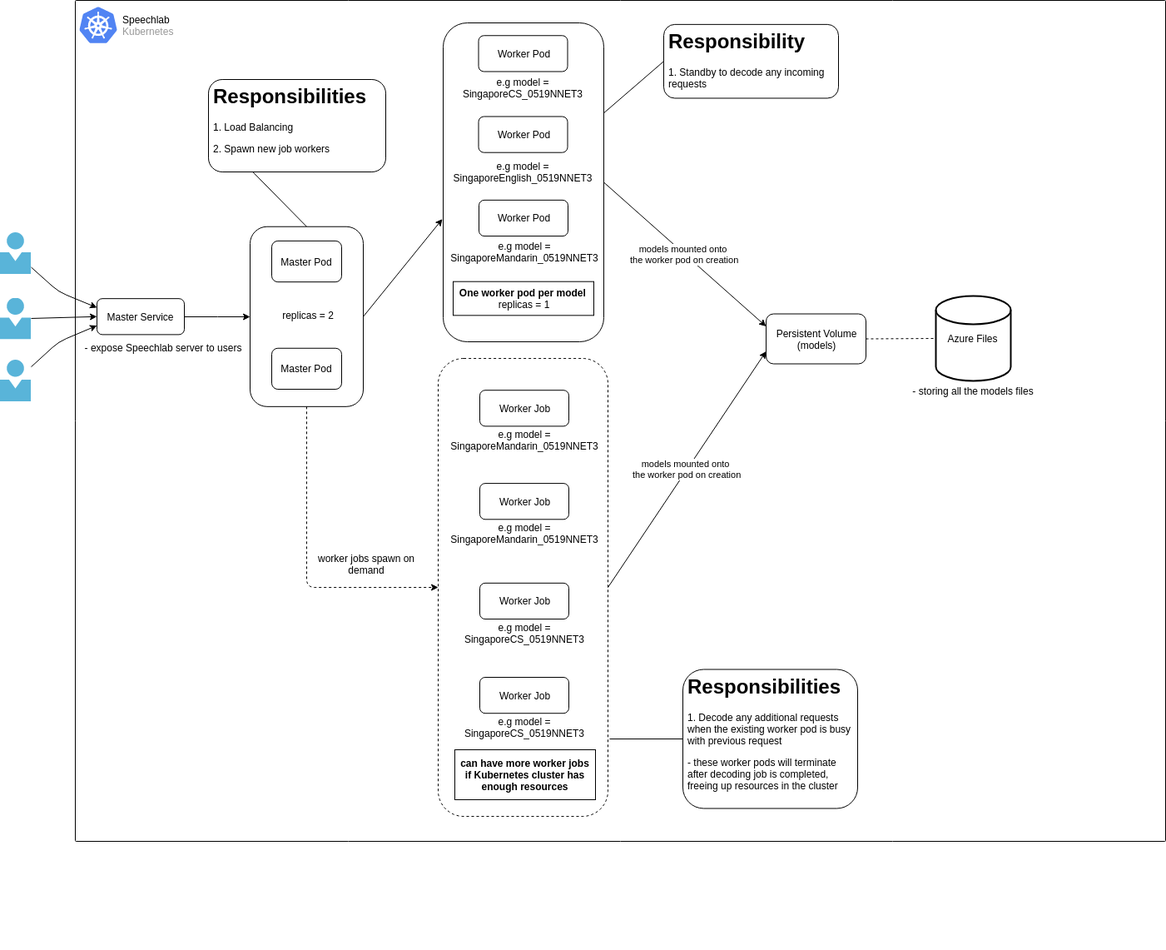
This is architecture_diagram.png from cogitoergosumsw/speechlab-aims-kaldi-aks, a draw.io export, as it was before one commit. Source tidied: cells renumbered, new cells last; positions are measured from the earlier drawing's top-left corner, leaving out a move shared by most shapes.
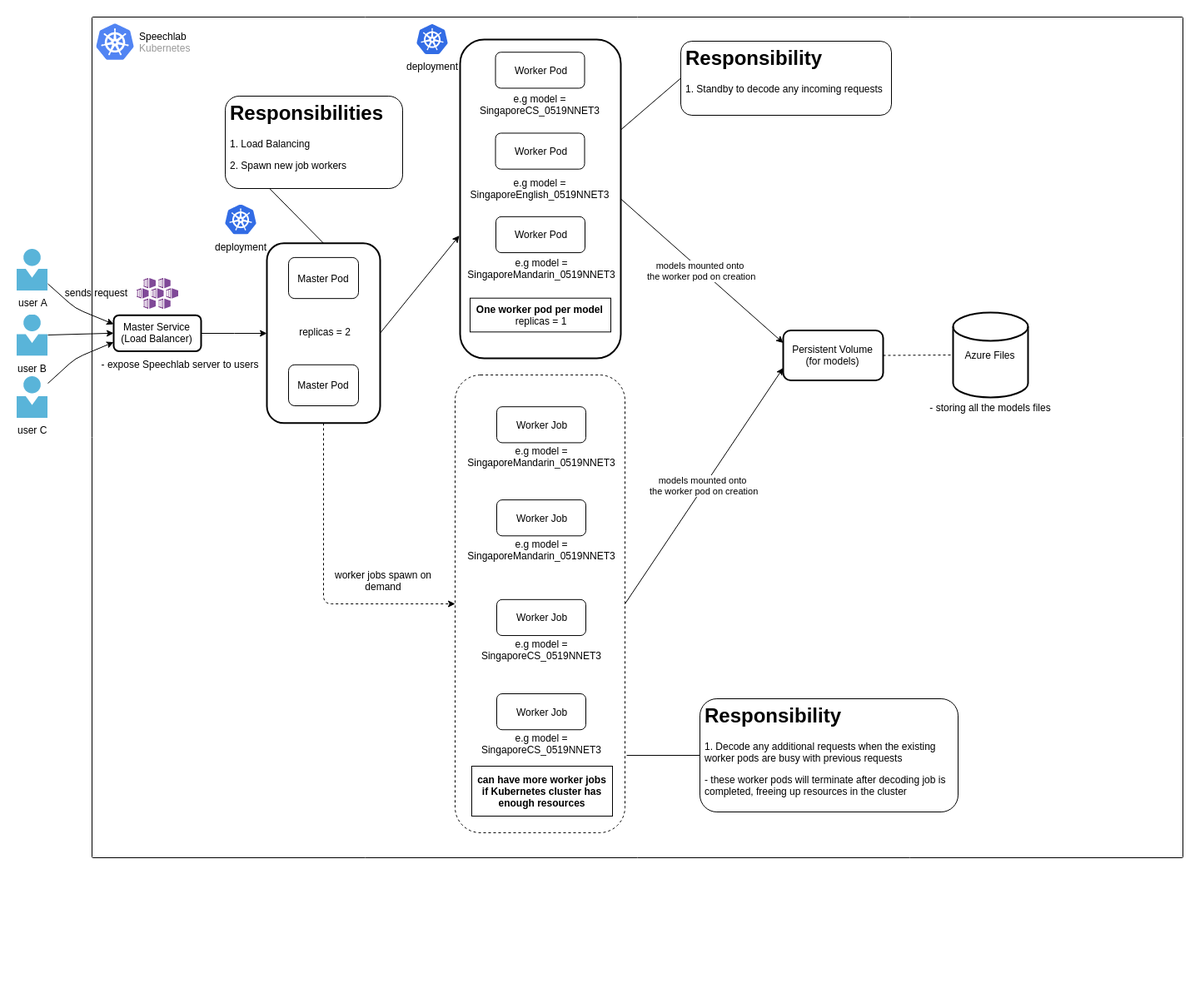
The same file after the commit.

Commit message:
architecture diagram v2

What changed in the source:
```diff
@@ -2,13 +2,13 @@
   <root>
     <mxCell id="0" />
     <mxCell id="1" parent="0" />
-    <mxCell id="2" style="html=1;points=[];align=center;image;fontSize=12;image=img/lib/mscae/Person.svg;" parent="1" vertex="1">
+    <mxCell id="2" value="user A" style="html=1;points=[];align=center;image;fontSize=12;image=img/lib/mscae/Person.svg;" parent="1" vertex="1">
       <mxGeometry y="279" width="37" height="50" as="geometry" />
     </mxCell>
-    <mxCell id="3" style="html=1;points=[];align=center;image;fontSize=12;image=img/lib/mscae/Person.svg;" parent="1" vertex="1">
+    <mxCell id="3" value="user B" style="html=1;points=[];align=center;image;fontSize=12;image=img/lib/mscae/Person.svg;" parent="1" vertex="1">
       <mxGeometry y="357.5" width="37" height="50" as="geometry" />
     </mxCell>
-    <mxCell id="4" style="html=1;points=[];align=center;image;fontSize=12;image=img/lib/mscae/Person.svg;" parent="1" vertex="1">
+    <mxCell id="4" value="user C" style="html=1;points=[];align=center;image;fontSize=12;image=img/lib/mscae/Person.svg;" parent="1" vertex="1">
       <mxGeometry y="432" width="37" height="50" as="geometry" />
     </mxCell>
     <mxCell id="5" style="endArrow=classic;html=1;entryX=0;entryY=0.25;entryDx=0;entryDy=0;" parent="1" edge="1" source="2" target="13">
@@ -45,7 +45,7 @@
     <mxCell id="12" style="edgeStyle=orthogonalEdgeStyle;rounded=0;jettySize=auto;html=1;endArrow=classic;endFill=1;entryX=0;entryY=0.5;entryDx=0;entryDy=0;" parent="10" edge="1" source="13" target="42">
       <mxGeometry relative="1" as="geometry" />
     </mxCell>
-    <mxCell id="13" value="Master Service" style="rounded=1;whiteSpace=wrap;html=1;" parent="10" vertex="1">
+    <mxCell id="13" value="Master Service&lt;br&gt;(Load Balancer)" style="rounded=1;whiteSpace=wrap;html=1;strokeWidth=2;" parent="10" vertex="1">
       <mxGeometry x="26" y="358.2" width="105" height="43.2" as="geometry" />
     </mxCell>
     <mxCell id="14" value="- expose Speechlab server to users" style="text;html=1;strokeColor=none;fillColor=none;align=center;verticalAlign=middle;whiteSpace=wrap;rounded=0;" parent="10" vertex="1">
@@ -54,7 +54,7 @@
     <mxCell id="15" value="&lt;h1&gt;Responsibilities&lt;/h1&gt;&lt;p&gt;1. Load Balancing&lt;/p&gt;&lt;p&gt;2. Spawn new job workers&lt;/p&gt;" style="text;html=1;strokeColor=#000000;fillColor=none;spacing=5;spacingTop=-20;whiteSpace=wrap;overflow=hidden;rounded=1;" parent="10" vertex="1">
       <mxGeometry x="160" y="95" width="213" height="111" as="geometry" />
     </mxCell>
-    <mxCell id="16" style="rounded=1;whiteSpace=wrap;html=1;" parent="10" vertex="1">
+    <mxCell id="16" style="rounded=1;whiteSpace=wrap;html=1;strokeWidth=2;" parent="10" vertex="1">
       <mxGeometry x="442" y="27" width="193" height="383" as="geometry" />
     </mxCell>
     <mxCell id="17" value="&lt;b&gt;One worker pod per model&lt;/b&gt;&amp;nbsp;&lt;br&gt;replicas = 1" style="text;html=1;strokeColor=#000000;fillColor=none;align=center;verticalAlign=middle;whiteSpace=wrap;rounded=0;shadow=0;glass=0;comic=0;" parent="10" vertex="1">
@@ -67,7 +67,7 @@
       <mxGeometry x="436" y="430" width="204" height="550" as="geometry" />
     </mxCell>
     <mxCell id="20" value="&lt;p style=&quot;line-height: 100%&quot;&gt;&lt;/p&gt;&lt;h1&gt;Responsibility&lt;/h1&gt;&lt;p&gt;1. Standby to decode any incoming requests&lt;/p&gt;&lt;p&gt;&lt;/p&gt;" style="text;html=1;strokeColor=#000000;fillColor=none;spacing=5;spacingTop=-20;whiteSpace=wrap;overflow=hidden;rounded=1;" parent="10" vertex="1">
-      <mxGeometry x="707" y="28.9" width="210" height="88.6" as="geometry" />
+      <mxGeometry x="707" y="29" width="253" height="89" as="geometry" />
     </mxCell>
     <mxCell id="21" value="Worker Pod" style="rounded=1;whiteSpace=wrap;html=1;" parent="10" vertex="1">
       <mxGeometry x="484.5" y="42.3" width="107" height="43.2" as="geometry" />
@@ -111,8 +111,8 @@
     <mxCell id="34" value="e.g model = SingaporeCS_0519NNET3" style="text;html=1;strokeColor=none;fillColor=none;align=center;verticalAlign=middle;whiteSpace=wrap;rounded=0;" parent="10" vertex="1">
       <mxGeometry x="441.5" y="859" width="196" height="28.1" as="geometry" />
     </mxCell>
-    <mxCell id="35" value="&lt;p style=&quot;line-height: 100%&quot;&gt;&lt;/p&gt;&lt;h1&gt;Responsibilities&lt;/h1&gt;&lt;p&gt;1. Decode any additional requests when the existing worker pod is busy with previous request&lt;/p&gt;&lt;p&gt;- these worker pods will terminate after decoding job is completed, freeing up resources in the cluster&lt;/p&gt;&lt;p&gt;&lt;/p&gt;" style="text;html=1;strokeColor=#000000;fillColor=none;spacing=5;spacingTop=-20;whiteSpace=wrap;overflow=hidden;rounded=1;" parent="10" vertex="1">
-      <mxGeometry x="730" y="803.5" width="210" height="167" as="geometry" />
+    <mxCell id="35" value="&lt;p style=&quot;line-height: 100%&quot;&gt;&lt;/p&gt;&lt;h1&gt;Responsibility&lt;/h1&gt;&lt;p&gt;1. Decode any additional requests when the existing worker pods are busy with previous requests&lt;/p&gt;&lt;p&gt;- these worker pods will terminate after decoding job is completed, freeing up resources in the cluster&lt;/p&gt;&lt;p&gt;&lt;/p&gt;" style="text;html=1;strokeColor=#000000;fillColor=none;spacing=5;spacingTop=-20;whiteSpace=wrap;overflow=hidden;rounded=1;" parent="10" vertex="1">
+      <mxGeometry x="730" y="819" width="310" height="136" as="geometry" />
     </mxCell>
     <mxCell id="36" value="&lt;b&gt;can have more worker jobs if Kubernetes cluster has enough resources&lt;/b&gt;" style="text;html=1;strokeColor=#000000;fillColor=none;align=center;verticalAlign=middle;whiteSpace=wrap;rounded=0;shadow=0;glass=0;comic=0;" parent="10" vertex="1">
       <mxGeometry x="456" y="900" width="169" height="60" as="geometry" />
@@ -136,7 +136,7 @@
     <mxCell id="41" value="worker jobs spawn on demand" style="text;html=1;strokeColor=none;fillColor=none;align=center;verticalAlign=middle;whiteSpace=wrap;rounded=0;shadow=0;glass=0;dashed=1;comic=0;" parent="10" vertex="1">
       <mxGeometry x="290" y="654" width="120" height="46" as="geometry" />
     </mxCell>
-    <mxCell id="42" style="rounded=1;whiteSpace=wrap;html=1;" parent="10" vertex="1">
+    <mxCell id="42" style="rounded=1;whiteSpace=wrap;html=1;strokeWidth=2;" parent="10" vertex="1">
       <mxGeometry x="210" y="271.7" width="136" height="216.1" as="geometry" />
     </mxCell>
     <mxCell id="43" value="Master Pod" style="rounded=1;whiteSpace=wrap;html=1;" parent="10" vertex="1">
@@ -148,13 +148,13 @@
     <mxCell id="45" value="Master Pod" style="rounded=1;whiteSpace=wrap;html=1;" parent="10" vertex="1">
       <mxGeometry x="236" y="288.9" width="84" height="49.3" as="geometry" />
     </mxCell>
-    <mxCell id="46" value="Persistent Volume&lt;br&gt;(models)" style="rounded=1;whiteSpace=wrap;html=1;shadow=0;glass=0;comic=0;strokeColor=#000000;fillColor=none;" parent="10" vertex="1">
+    <mxCell id="46" value="Persistent Volume&lt;br&gt;(for models)" style="rounded=1;whiteSpace=wrap;html=1;shadow=0;glass=0;comic=0;strokeColor=#000000;fillColor=none;strokeWidth=2;" parent="10" vertex="1">
       <mxGeometry x="830" y="376.5" width="120" height="60" as="geometry" />
     </mxCell>
     <mxCell id="47" style="endArrow=none;html=1;dashed=1;entryX=0;entryY=0.5;entryDx=0;entryDy=0;entryPerimeter=0;exitX=1;exitY=0.5;exitDx=0;exitDy=0;" parent="10" edge="1" source="46" target="49">
       <mxGeometry relative="1" as="geometry" />
     </mxCell>
-    <mxCell id="48" style="group;" parent="10" vertex="1">
+    <mxCell id="48" style="group;strokeWidth=2;" parent="10" vertex="1">
       <mxGeometry x="990" y="355" width="178" height="123.5" as="geometry" />
     </mxCell>
     <mxCell id="49" value="Azure Files" style="strokeWidth=2;html=1;shape=mxgraph.flowchart.database;whiteSpace=wrap;rounded=1;shadow=0;glass=0;comic=0;fillColor=none;" parent="48" vertex="1">
@@ -169,5 +169,17 @@
     <mxCell id="52" value="models mounted onto &lt;br&gt;the worker pod on creation" style="endArrow=classic;html=1;entryX=0;entryY=0.25;entryDx=0;entryDy=0;exitX=1;exitY=0.5;exitDx=0;exitDy=0;" parent="10" edge="1" source="16" target="46">
       <mxGeometry relative="1" as="geometry" />
     </mxCell>
+    <mxCell id="53" style="html=1;align=center;image;fontSize=12;image=img/lib/mscae/Kubernetes_Services.svg;strokeWidth=2;" parent="10" vertex="1">
+      <mxGeometry x="54" y="314" width="50" height="37" as="geometry" />
+    </mxCell>
+    <mxCell id="54" value="deployment" style="html=1;align=center;image;fontSize=12;image=img/lib/mscae/Kubernetes.svg;strokeWidth=2;" parent="10" vertex="1">
+      <mxGeometry x="160" y="225.5" width="38" height="36" as="geometry" />
+    </mxCell>
+    <mxCell id="55" value="deployment" style="html=1;align=center;image;fontSize=12;image=img/lib/mscae/Kubernetes.svg;strokeWidth=2;" parent="10" vertex="1">
+      <mxGeometry x="390" y="9" width="38" height="36" as="geometry" />
+    </mxCell>
+    <mxCell id="56" value="sends request" style="text;html=1;strokeColor=none;fillColor=none;align=center;verticalAlign=middle;whiteSpace=wrap;rounded=0;" parent="1" vertex="1">
+      <mxGeometry x="51" y="321" width="87" height="20" as="geometry" />
+    </mxCell>
   </root>
 </mxGraphModel>
```
